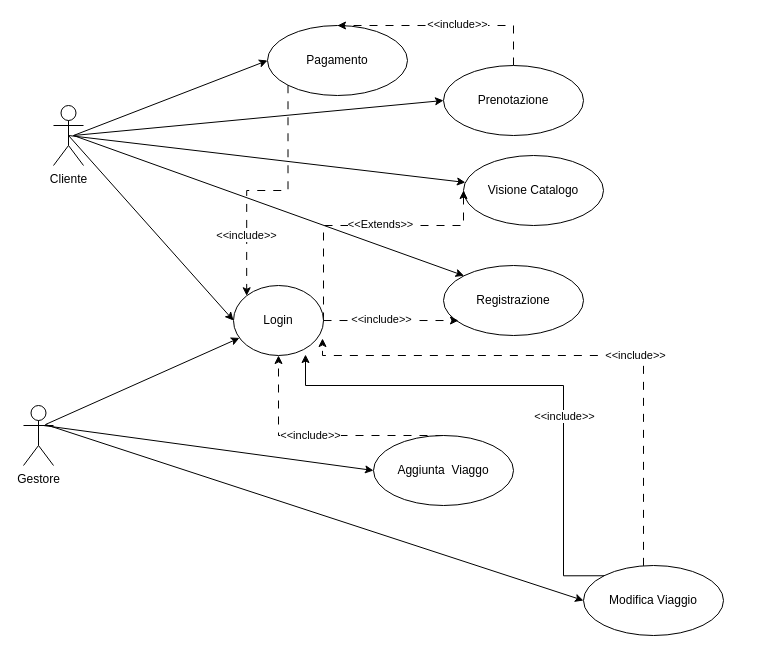
Earlier version of the draw.io diagram casi.drawio (scinfu/test1). Source tidied: cells renumbered, new cells numbered last; positions are measured from the earlier drawing's top-left corner, leaving out a move shared by most shapes. Both pictures are drawn from the tidied source at 100%, with x=0, y=0 at pixel (23, 25).
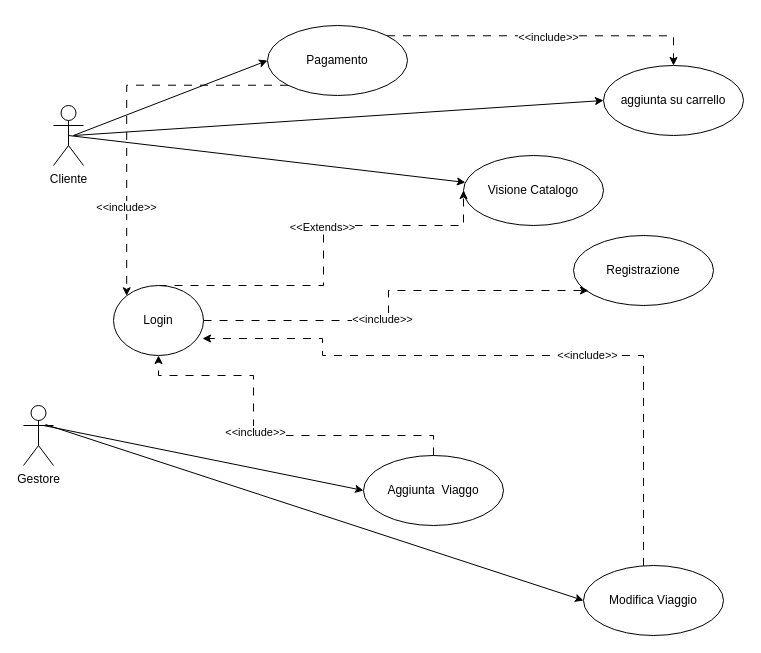
Above is the later version.

The change refers to these unchanged cells:
```xml
<mxCell id="2" value="Cliente" style="shape=umlActor;verticalLabelPosition=bottom;verticalAlign=top;html=1;" parent="1" vertex="1">
  <mxGeometry x="30" y="80" width="30" height="60" as="geometry" />
</mxCell>
<mxCell id="3" value="Gestore" style="shape=umlActor;verticalLabelPosition=bottom;verticalAlign=top;html=1;" parent="1" vertex="1">
  <mxGeometry y="380" width="30" height="60" as="geometry" />
</mxCell>
<mxCell id="4" value="Visione Catalogo" style="ellipse;whiteSpace=wrap;html=1;" parent="1" vertex="1">
  <mxGeometry x="440" y="130" width="140" height="70" as="geometry" />
</mxCell>
<mxCell id="5" value="Modifica Viaggio" style="ellipse;whiteSpace=wrap;html=1;" parent="1" vertex="1">
  <mxGeometry x="560" y="540" width="140" height="70" as="geometry" />
</mxCell>
<mxCell id="11" value="Pagamento" style="ellipse;whiteSpace=wrap;html=1;" parent="1" vertex="1">
  <mxGeometry x="244" width="140" height="70" as="geometry" />
</mxCell>
```

What changed in the source:
```diff
@@
     <mxCell id="6" style="edgeStyle=orthogonalEdgeStyle;rounded=0;jettySize=auto;html=1;entryX=0.5;entryY=1;entryDx=0;entryDy=0;dashed=1;dashPattern=8 8;" parent="1" edge="1" source="8" target="14">
       <mxGeometry relative="1" as="geometry">
         <Array as="points">
-          <mxPoint x="255" y="410" />
+          <mxPoint x="230" y="410" />
+          <mxPoint x="230" y="350" />
+          <mxPoint x="135" y="350" />
         </Array>
       </mxGeometry>
     </mxCell>
@@
     <mxCell id="8" value="Aggiunta&amp;nbsp; Viaggo" style="ellipse;whiteSpace=wrap;html=1;" parent="1" vertex="1">
-      <mxGeometry x="350" y="410" width="140" height="70" as="geometry" />
+      <mxGeometry x="340" y="430" width="140" height="70" as="geometry" />
     </mxCell>
@@
+    <mxCell id="33" style="edgeStyle=orthogonalEdgeStyle;rounded=0;jettySize=auto;html=1;exitX=1;exitY=0;exitDx=0;exitDy=0;entryX=0.5;entryY=0;entryDx=0;entryDy=0;dashed=1;dashPattern=8 8;" parent="1" edge="1" source="11" target="25">
+      <mxGeometry relative="1" as="geometry" />
+    </mxCell>
+    <mxCell id="34" value="&amp;lt;&amp;lt;include&amp;gt;&amp;gt;" style="edgeLabel;html=1;align=center;verticalAlign=middle;" parent="33" vertex="1">
+      <mxGeometry x="0.02" y="-1" relative="1" as="geometry" />
+    </mxCell>
@@
     <mxCell id="12" style="edgeStyle=orthogonalEdgeStyle;rounded=0;jettySize=auto;html=1;entryX=0;entryY=0.5;entryDx=0;entryDy=0;dashed=1;dashPattern=8 8;" parent="1" edge="1" source="14" target="4">
       <mxGeometry relative="1" as="geometry">
         <Array as="points">
+          <mxPoint x="300" y="260" />
           <mxPoint x="300" y="200" />
           <mxPoint x="440" y="200" />
         </Array>
       </mxGeometry>
     </mxCell>
@@
     <mxCell id="14" value="Login" style="ellipse;whiteSpace=wrap;html=1;" parent="1" vertex="1">
-      <mxGeometry x="210" y="260" width="90" height="70" as="geometry" />
+      <mxGeometry x="90" y="260" width="90" height="70" as="geometry" />
     </mxCell>
     <mxCell id="15" value="Registrazione" style="ellipse;whiteSpace=wrap;html=1;" parent="1" vertex="1">
-      <mxGeometry x="420" y="240" width="140" height="70" as="geometry" />
+      <mxGeometry x="550" y="210" width="140" height="70" as="geometry" />
     </mxCell>
@@
-    <mxCell id="18" style="endArrow=classic;html=1;rounded=0;exitX=0.5;exitY=0.5;exitDx=0;exitDy=0;exitPerimeter=0;entryX=0;entryY=0.5;entryDx=0;entryDy=0;" parent="1" edge="1" source="2" target="14">
-      <mxGeometry relative="1" as="geometry" />
-    </mxCell>
-    <mxCell id="19" style="endArrow=classic;html=1;rounded=0;entryX=0;entryY=0;entryDx=0;entryDy=0;" parent="1" edge="1" target="15">
-      <mxGeometry relative="1" as="geometry">
-        <mxPoint x="50" y="110" as="sourcePoint" />
-      </mxGeometry>
-    </mxCell>
@@
-    <mxCell id="21" style="endArrow=classic;html=1;rounded=0;exitX=0.733;exitY=0.317;exitDx=0;exitDy=0;exitPerimeter=0;" parent="1" edge="1" source="3" target="14">
-      <mxGeometry relative="1" as="geometry" />
-    </mxCell>
@@
-    <mxCell id="23" style="edgeStyle=orthogonalEdgeStyle;rounded=0;jettySize=auto;html=1;exitX=0.5;exitY=0;exitDx=0;exitDy=0;entryX=0.5;entryY=0;entryDx=0;entryDy=0;dashed=1;dashPattern=8 8;" parent="1" edge="1" source="25" target="11">
-      <mxGeometry relative="1" as="geometry">
-        <Array as="points">
-          <mxPoint x="490" />
-        </Array>
-      </mxGeometry>
-    </mxCell>
-    <mxCell id="24" value="&amp;lt;&amp;lt;include&amp;gt;&amp;gt;" style="edgeLabel;html=1;align=center;verticalAlign=middle;" parent="23" vertex="1">
-      <mxGeometry x="-0.1" y="-2" relative="1" as="geometry" />
-    </mxCell>
-    <mxCell id="25" value="Prenotazione" style="ellipse;whiteSpace=wrap;html=1;" parent="1" vertex="1">
-      <mxGeometry x="420" y="40" width="140" height="70" as="geometry" />
+    <mxCell id="25" value="aggiunta su carrello" style="ellipse;whiteSpace=wrap;html=1;" parent="1" vertex="1">
+      <mxGeometry x="580" y="40" width="140" height="70" as="geometry" />
     </mxCell>
@@
-    <mxCell id="29" style="edgeStyle=orthogonalEdgeStyle;rounded=0;jettySize=auto;html=1;exitX=0;exitY=0;exitDx=0;exitDy=0;entryX=0.8;entryY=0.986;entryDx=0;entryDy=0;entryPerimeter=0;" parent="1" edge="1" source="5" target="14">
-      <mxGeometry relative="1" as="geometry">
-        <Array as="points">
-          <mxPoint x="540" y="550" />
-          <mxPoint x="540" y="360" />
-          <mxPoint x="282" y="360" />
-        </Array>
-      </mxGeometry>
-    </mxCell>
-    <mxCell id="30" value="&amp;lt;&amp;lt;include&amp;gt;&amp;gt;" style="edgeLabel;html=1;align=center;verticalAlign=middle;" parent="29" vertex="1">
-      <mxGeometry x="-0.23" relative="1" as="geometry" />
-    </mxCell>
```
